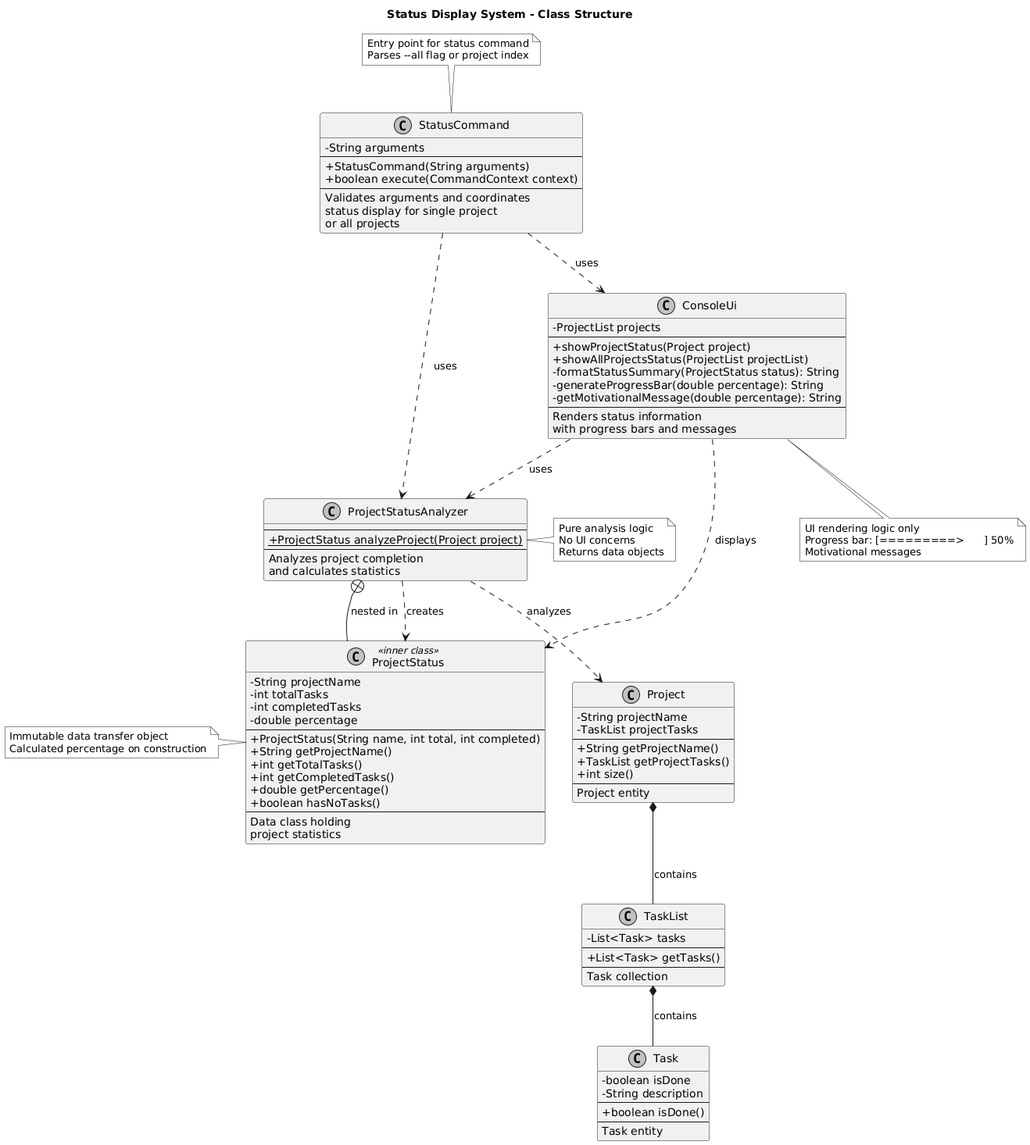
Earlier version of the PlantUML export docs/plantUML/status-display-system/status-display-class-diagram.png (sean6369/tp).
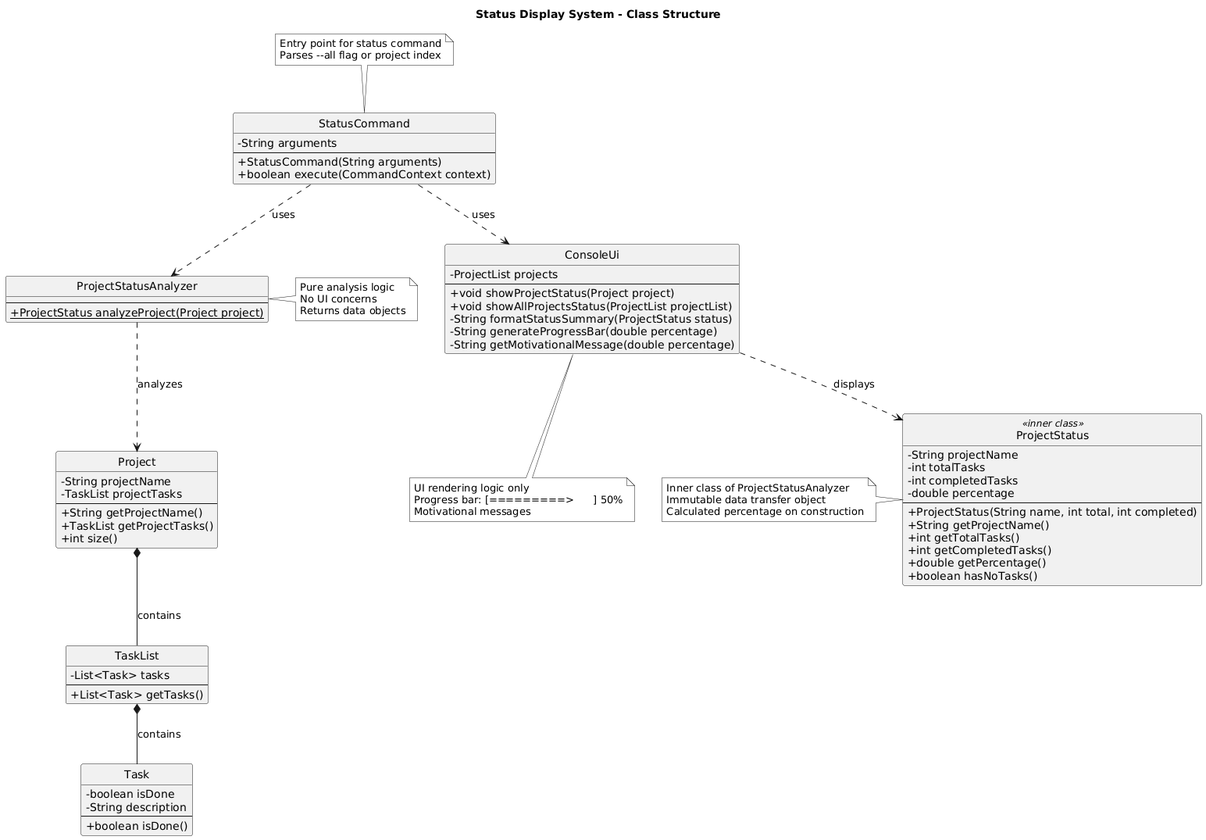
Above is the later version.

Commit message:
Fix class diagrams to comply with CS2113 standards

Change to the diagram source:
```diff
@@ -4,24 +4,18 @@
 skinparam classAttributeIconSize 0
 skinparam shadowing false
 skinparam monochrome true
+hide circle
 
 class StatusCommand {
   - String arguments
   --
   + StatusCommand(String arguments)
   + boolean execute(CommandContext context)
-  --
-  Validates arguments and coordinates
-  status display for single project
-  or all projects
 }
 
 class ProjectStatusAnalyzer {
   --
   {static} + ProjectStatus analyzeProject(Project project)
-  --
-  Analyzes project completion
-  and calculates statistics
 }
 
 class ProjectStatus <<inner class>> {
@@ -36,22 +30,16 @@
   + int getCompletedTasks()
   + double getPercentage()
   + boolean hasNoTasks()
-  --
-  Data class holding
-  project statistics
 }
 
 class ConsoleUi {
   - ProjectList projects
   --
-  + showProjectStatus(Project project)
-  + showAllProjectsStatus(ProjectList projectList)
-  - formatStatusSummary(ProjectStatus status): String
-  - generateProgressBar(double percentage): String
-  - getMotivationalMessage(double percentage): String
-  --
-  Renders status information
-  with progress bars and messages
+  + void showProjectStatus(Project project)
+  + void showAllProjectsStatus(ProjectList projectList)
+  - String formatStatusSummary(ProjectStatus status)
+  - String generateProgressBar(double percentage)
+  - String getMotivationalMessage(double percentage)
 }
 
 class Project {
@@ -61,8 +49,6 @@
   + String getProjectName()
   + TaskList getProjectTasks()
   + int size()
-  --
-  Project entity
 }
 
 class Task {
@@ -70,28 +56,20 @@
   - String description
   --
   + boolean isDone()
-  --
-  Task entity
 }
 
 class TaskList {
   - List<Task> tasks
   --
   + List<Task> getTasks()
-  --
-  Task collection
 }
 
 StatusCommand ..> ProjectStatusAnalyzer : uses
 StatusCommand ..> ConsoleUi : uses
-ProjectStatusAnalyzer ..> ProjectStatus : creates
 ProjectStatusAnalyzer ..> Project : analyzes
-ConsoleUi ..> ProjectStatusAnalyzer : uses
 ConsoleUi ..> ProjectStatus : displays
 Project *-- TaskList : contains
 TaskList *-- Task : contains
-
-ProjectStatus --+ ProjectStatusAnalyzer : nested in
 
 note top of StatusCommand
   Entry point for status command
@@ -111,6 +89,7 @@
 end note
 
 note left of ProjectStatus
+  Inner class of ProjectStatusAnalyzer
   Immutable data transfer object
   Calculated percentage on construction
 end note
```
